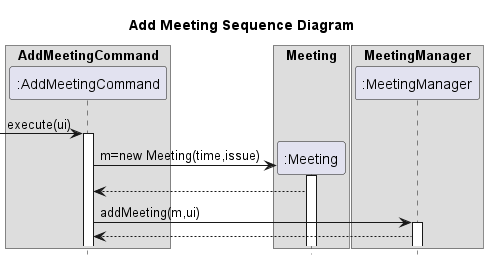
This is docs/uml/images/AddMeetingCommandSequenceDiagram-Add_Meeting_Sequence_Diagram.png from nus-cs2113-AY2223S2/tp, a PlantUML export, as it was before one commit.
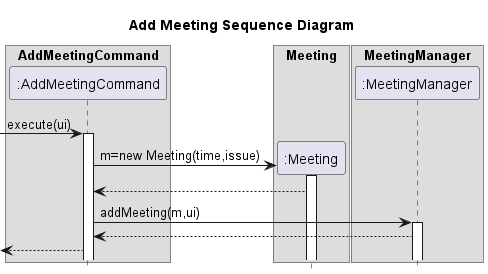
Later version of the same file.

Commit message:
update meeting diagram

Diff of the diagram source:
```diff
@@ -25,5 +25,5 @@
 Activate MeetingManager
 MeetingManager-->AddMeetingCommand
 
-
+<--AddMeetingCommand
 @enduml
```
